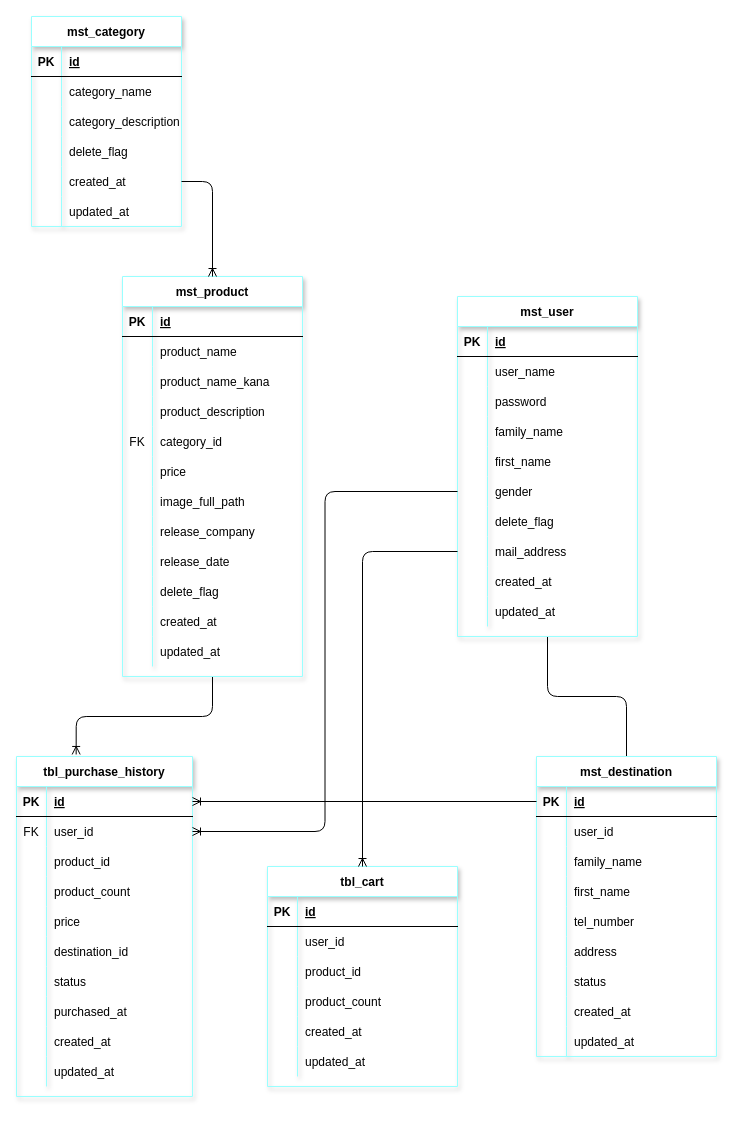
The draw.io diagram tutorial/tutorial.dio in Ryoto-Noguchi/Portfolio-Bakery, before the edit. Source tidied: cells renumbered, new cells numbered last; positions are measured from the earlier drawing's top-left corner, leaving out a move shared by most shapes. Both pictures are drawn from the tidied source at 100%, with x=0, y=0 at pixel (16, 16).
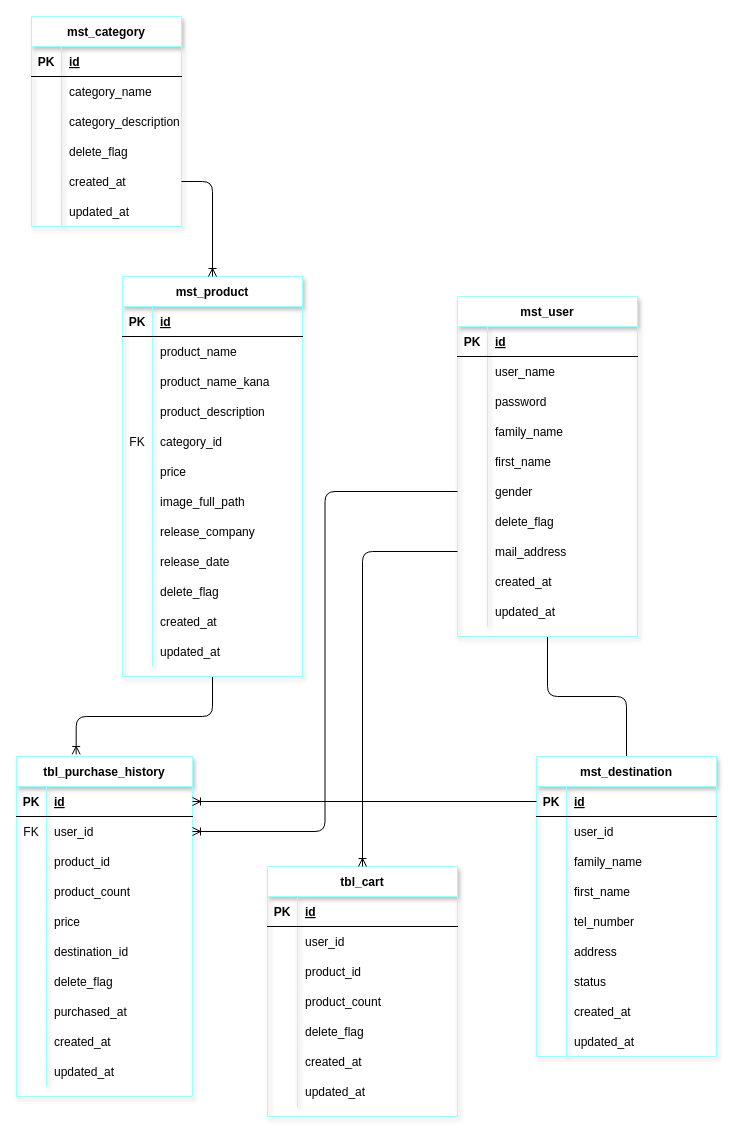
The same diagram, later.

Unchanged cells that the change refers to:
```xml
<mxCell id="157" style="shape=partialRectangle;fillColor=none;top=0;left=0;bottom=0;right=0;" parent="138" vertex="1">
  <mxGeometry y="210" width="176" height="30" as="geometry" />
</mxCell>
```

The edit, as a diff of the source:
```diff
@@
     <mxCell id="119" value="tbl_cart" style="shape=table;startSize=30;childLayout=tableLayout;rowLines=0;fontStyle=1;align=center;shadow=1;strokeColor=#99FFFF;" parent="1" vertex="1">
-      <mxGeometry x="251" y="850" width="190" height="220" as="geometry" />
+      <mxGeometry x="251" y="850" width="190" height="250" as="geometry" />
     </mxCell>
@@
+    <mxCell id="173" style="shape=partialRectangle;fillColor=none;top=0;left=0;bottom=0;right=0;" parent="119" vertex="1">
+      <mxGeometry y="150" width="190" height="30" as="geometry" />
+    </mxCell>
+    <mxCell id="174" style="shape=partialRectangle;fillColor=none;top=0;left=0;bottom=0;right=0;overflow=hidden;" parent="173" vertex="1">
+      <mxGeometry width="30" height="30" as="geometry" />
+    </mxCell>
+    <mxCell id="175" value="delete_flag" style="shape=partialRectangle;fillColor=none;top=0;left=0;bottom=0;right=0;align=left;spacingLeft=6;overflow=hidden;" parent="173" vertex="1">
+      <mxGeometry x="30" width="160" height="30" as="geometry" />
+    </mxCell>
     <mxCell id="132" style="shape=partialRectangle;fillColor=none;top=0;left=0;bottom=0;right=0;" parent="119" vertex="1">
-      <mxGeometry y="150" width="190" height="30" as="geometry" />
+      <mxGeometry y="180" width="190" height="30" as="geometry" />
     </mxCell>
@@
     <mxCell id="135" style="shape=partialRectangle;fillColor=none;top=0;left=0;bottom=0;right=0;" parent="119" vertex="1">
-      <mxGeometry y="180" width="190" height="30" as="geometry" />
+      <mxGeometry y="210" width="190" height="30" as="geometry" />
     </mxCell>
@@
-    <mxCell id="159" value="status" style="shape=partialRectangle;fillColor=none;top=0;left=0;bottom=0;right=0;align=left;spacingLeft=6;overflow=hidden;" parent="157" vertex="1">
+    <mxCell id="159" value="delete_flag" style="shape=partialRectangle;fillColor=none;top=0;left=0;bottom=0;right=0;align=left;spacingLeft=6;overflow=hidden;" parent="157" vertex="1">
       <mxGeometry x="30" width="146" height="30" as="geometry" />
     </mxCell>
```
